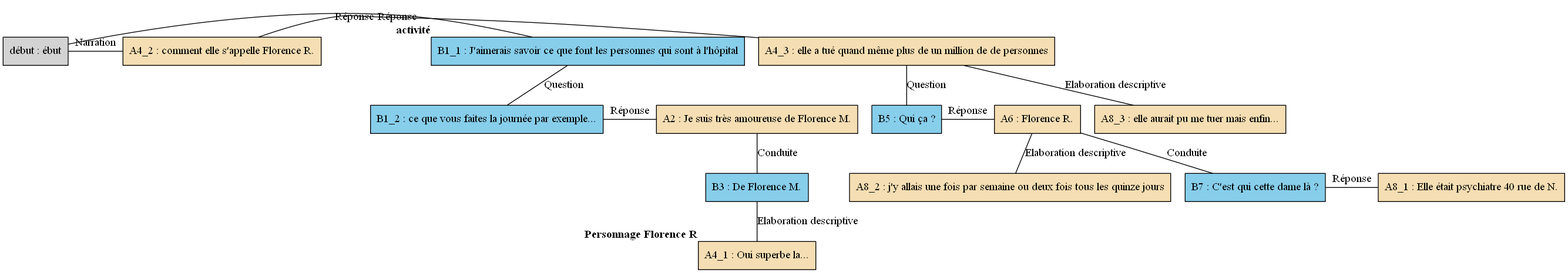
AlaixComet/AnnotationSlamPTut keeps this Graphviz diagram as arbres/Florence/Florence_-_C10.gv.png. Above is the earlier version. Its source is kept beside it as arbres/Florence/Florence_-_C10.gv.
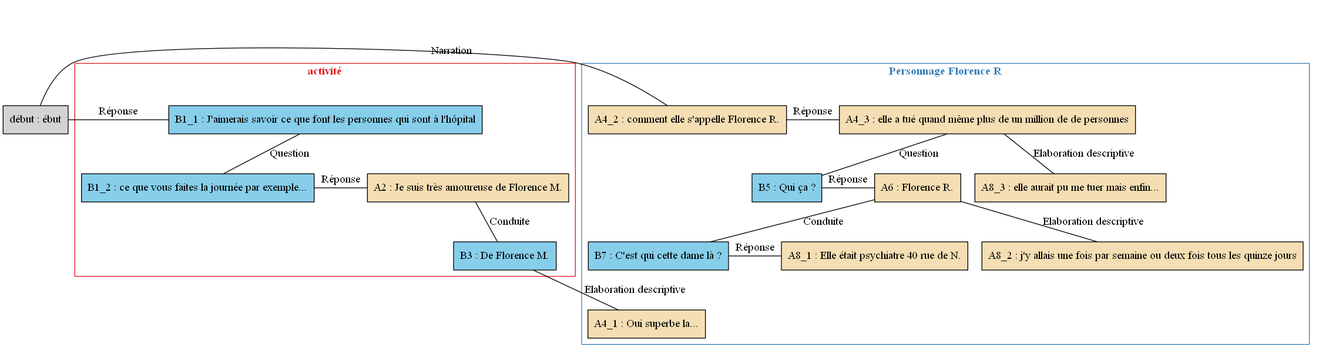
The same diagram one commit later.

The edit, as a diff of the source:
```diff
@@ -1,60 +1,64 @@
 digraph C10 {
 	node [shape=box style=filled]
-	"début" [label="début : ébut" xlabel=""]
-	B1_1 [label="B1_1 : J'aimerais savoir ce que font les personnes qui sont à l'hôpital" fillcolor=skyblue xlabel=<<B>activité</B>>]
-	B1_2 [label="B1_2 : ce que vous faites la journée par exemple..." fillcolor=skyblue xlabel=""]
-	A2 [label="A2 : Je suis très amoureuse de Florence M." fillcolor=wheat xlabel=""]
-	B3 [label="B3 : De Florence M." fillcolor=skyblue xlabel=""]
-	A4_1 [label="A4_1 : Oui superbe la..." fillcolor=wheat xlabel=<<B>Personnage Florence R</B>>]
-	A4_2 [label="A4_2 : comment elle s'appelle Florence R." fillcolor=wheat xlabel=""]
-	A4_3 [label="A4_3 : elle a tué quand même plus de un million de de personnes" fillcolor=wheat xlabel=""]
-	B5 [label="B5 : Qui ça ?" fillcolor=skyblue xlabel=""]
-	A6 [label="A6 : Florence R." fillcolor=wheat xlabel=""]
-	B7 [label="B7 : C'est qui cette dame là ?" fillcolor=skyblue xlabel=""]
-	A8_1 [label="A8_1 : Elle était psychiatre 40 rue de N." fillcolor=wheat xlabel=""]
-	A8_2 [label="A8_2 : j'y allais une fois par semaine ou deux fois tous les quinze jours" fillcolor=wheat xlabel=""]
-	A8_3 [label="A8_3 : elle aurait pu me tuer mais enfin..." fillcolor=wheat xlabel=""]
-	{
-		rank=same
-		"début"
+	newrank=true
+	zero [style=invis]
+	"début" [label="début : ébut"]
+	B1_1 [label="B1_1 : J'aimerais savoir ce que font les personnes qui sont à l'hôpital" fillcolor=skyblue]
+	B1_2 [label="B1_2 : ce que vous faites la journée par exemple..." fillcolor=skyblue]
+	A2 [label="A2 : Je suis très amoureuse de Florence M." fillcolor=wheat]
+	B3 [label="B3 : De Florence M." fillcolor=skyblue]
+	A4_1 [label="A4_1 : Oui superbe la..." fillcolor=wheat]
+	A4_2 [label="A4_2 : comment elle s'appelle Florence R." fillcolor=wheat]
+	A4_3 [label="A4_3 : elle a tué quand même plus de un million de de personnes" fillcolor=wheat]
+	B5 [label="B5 : Qui ça ?" fillcolor=skyblue]
+	A6 [label="A6 : Florence R." fillcolor=wheat]
+	B7 [label="B7 : C'est qui cette dame là ?" fillcolor=skyblue]
+	A8_1 [label="A8_1 : Elle était psychiatre 40 rue de N." fillcolor=wheat]
+	A8_2 [label="A8_2 : j'y allais une fois par semaine ou deux fois tous les quinze jours" fillcolor=wheat]
+	A8_3 [label="A8_3 : elle aurait pu me tuer mais enfin..." fillcolor=wheat]
+	zero -> "début" [label="" style=invis]
+	zero -> B1_1 [style=invis weight=1]
+	"début" -> B1_1 [label="Réponse" constraint=false dir=none]
+	B1_1 -> B1_2 [label=Question dir=none weight=2]
+	B1_1 -> A2 [style=invis weight=1]
+	B1_2 -> A2 [label="Réponse" constraint=false dir=none]
+	A2 -> B3 [label=Conduite dir=none weight=2]
+	zero -> A4_3 [style=invis weight=1]
+	A4_2 -> A4_3 [label="Réponse" constraint=false dir=none]
+	zero -> A4_2 [style=invis weight=1]
+	"début" -> A4_2 [label=Narration constraint=false dir=none]
+	A4_3 -> B5 [label=Question dir=none weight=2]
+	A4_3 -> A6 [style=invis weight=1]
+	B5 -> A6 [label="Réponse" constraint=false dir=none]
+	A6 -> B7 [label=Conduite dir=none weight=2]
+	A6 -> A8_1 [style=invis weight=1]
+	B7 -> A8_1 [label="Réponse" constraint=false dir=none]
+	A6 -> A8_2 [label="Elaboration descriptive" dir=none weight=2]
+	A4_3 -> A8_3 [label="Elaboration descriptive" dir=none weight=2]
+	B3 -> A4_1 [label="Elaboration descriptive" dir=none weight=2]
+	subgraph cluster_1 {
+		label=<<B>activité</B>>
+		colorscheme=set19
+		color=1
+		fontcolor=1
 		B1_1
-		"début" -> B1_1 [label="Réponse" dir=none]
-	}
-	B1_1 -> B1_2 [label=Question dir=none]
-	{
-		rank=same
 		B1_2
 		A2
-		B1_2 -> A2 [label="Réponse" dir=none]
+		B3
 	}
-	A2 -> B3 [label=Conduite dir=none]
-	{
-		rank=same
+	subgraph cluster_2 {
+		label=<<B>Personnage Florence R</B>>
+		colorscheme=set19
+		color=2
+		fontcolor=2
+		A4_1
 		A4_2
 		A4_3
-		A4_2 -> A4_3 [label="Réponse" dir=none]
-	}
-	{
-		rank=same
-		"début"
-		A4_2
-		"début" -> A4_2 [label=Narration dir=none]
-	}
-	A4_3 -> B5 [label=Question dir=none]
-	{
-		rank=same
 		B5
 		A6
-		B5 -> A6 [label="Réponse" dir=none]
-	}
-	A6 -> B7 [label=Conduite dir=none]
-	{
-		rank=same
 		B7
 		A8_1
-		B7 -> A8_1 [label="Réponse" dir=none]
+		A8_2
+		A8_3
 	}
-	A6 -> A8_2 [label="Elaboration descriptive" dir=none]
-	A4_3 -> A8_3 [label="Elaboration descriptive" dir=none]
-	B3 -> A4_1 [label="Elaboration descriptive" dir=none]
 }
```
